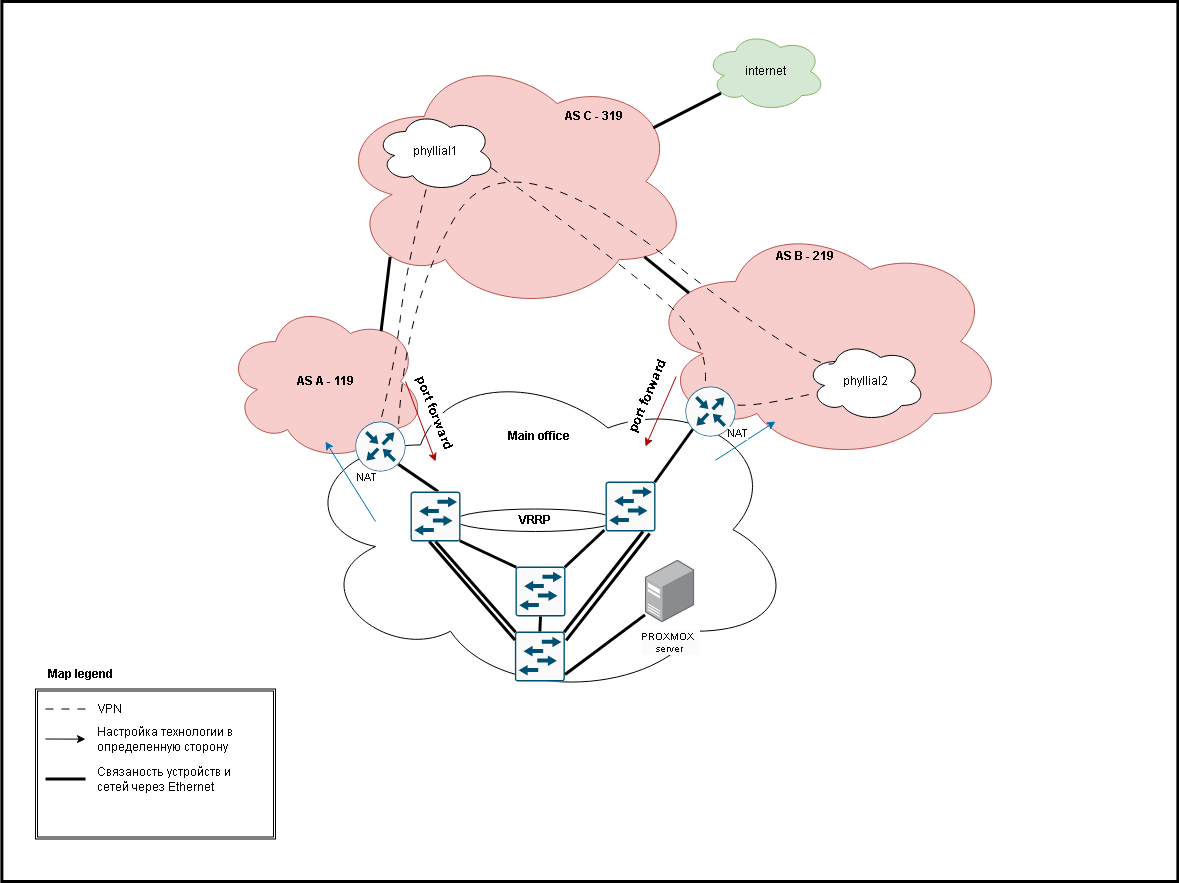
Earlier version of the draw.io export Схема.drawio.png (Vsevolod-Strokov/practic). Source tidied: cells renumbered, new cells last; positions are measured from the earlier drawing's top-left corner, leaving out a move shared by most shapes.
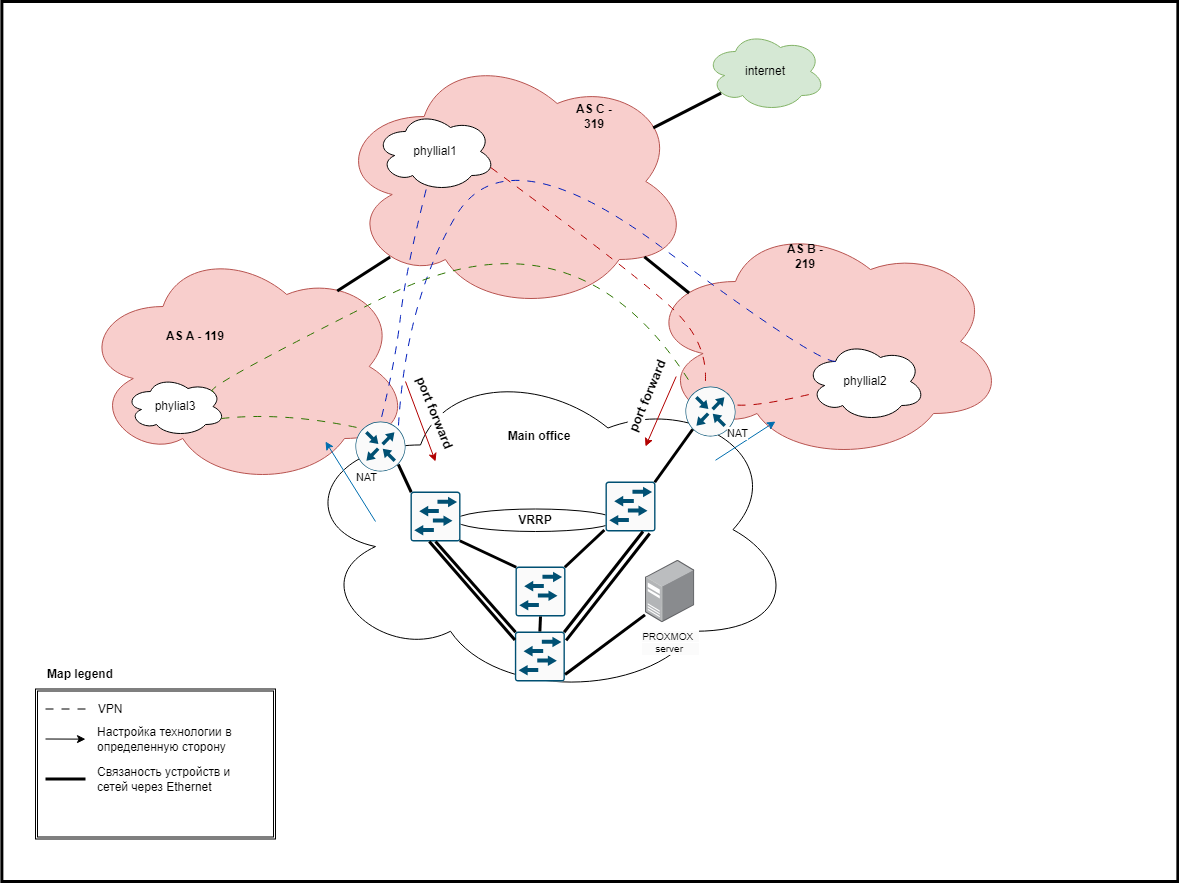
After the change.

Diff of the diagram source:
```diff
@@ -8,8 +8,8 @@
     <mxCell id="3" style="ellipse;shape=cloud;whiteSpace=wrap;html=1;fillColor=#f8cecc;strokeColor=#b85450;" parent="1" vertex="1">
       <mxGeometry x="334" y="50" width="354.6" height="260" as="geometry" />
     </mxCell>
-    <mxCell id="4" value="&lt;b&gt;AS A - 119&lt;/b&gt;" style="ellipse;shape=cloud;whiteSpace=wrap;html=1;fillColor=#f8cecc;strokeColor=#b85450;" parent="1" vertex="1">
-      <mxGeometry x="224" y="300" width="200" height="160" as="geometry" />
+    <mxCell id="4" style="ellipse;shape=cloud;whiteSpace=wrap;html=1;fillColor=#f8cecc;strokeColor=#b85450;" parent="1" vertex="1">
+      <mxGeometry x="79" y="245" width="330" height="240" as="geometry" />
     </mxCell>
     <mxCell id="5" style="ellipse;shape=cloud;whiteSpace=wrap;html=1;fillColor=#f8cecc;strokeColor=#b85450;" parent="1" vertex="1">
       <mxGeometry x="644" y="220" width="360" height="240" as="geometry" />
@@ -23,7 +23,7 @@
     <mxCell id="8" value="internet" style="ellipse;shape=cloud;whiteSpace=wrap;html=1;fillColor=#d5e8d4;strokeColor=#82b366;" parent="1" vertex="1">
       <mxGeometry x="704" y="30" width="120" height="80" as="geometry" />
     </mxCell>
-    <mxCell id="9" style="curved=1;endArrow=none;html=1;rounded=0;exitX=0.422;exitY=0.975;exitDx=0;exitDy=0;exitPerimeter=0;entryX=0.5;entryY=0;entryDx=0;entryDy=0;entryPerimeter=0;dashed=1;dashPattern=8 8;endFill=0;" parent="1" edge="1" source="6" target="55">
+    <mxCell id="9" style="curved=1;endArrow=none;html=1;rounded=0;exitX=0.422;exitY=0.975;exitDx=0;exitDy=0;exitPerimeter=0;entryX=0.5;entryY=0;entryDx=0;entryDy=0;entryPerimeter=0;dashed=1;dashPattern=8 8;endFill=0;fillColor=#0050ef;strokeColor=#001DBC;" parent="1" edge="1" source="6" target="55">
       <mxGeometry relative="1" as="geometry">
         <Array as="points">
           <mxPoint x="404" y="270" />
@@ -31,7 +31,7 @@
         </Array>
       </mxGeometry>
     </mxCell>
-    <mxCell id="10" style="curved=1;endArrow=none;html=1;rounded=0;entryX=0.8;entryY=0.3;entryDx=0;entryDy=0;entryPerimeter=0;dashed=1;dashPattern=8 8;endFill=0;" parent="1" edge="1" source="7" target="29">
+    <mxCell id="10" style="curved=1;endArrow=none;html=1;rounded=0;entryX=0.8;entryY=0.3;entryDx=0;entryDy=0;entryPerimeter=0;dashed=1;dashPattern=8 8;endFill=0;fillColor=#e51400;strokeColor=#B20000;" parent="1" edge="1" source="7" target="29">
       <mxGeometry relative="1" as="geometry">
         <Array as="points">
           <mxPoint x="734" y="410" />
@@ -83,7 +83,7 @@
     <mxCell id="22" value="&lt;b&gt;AS C - 319&lt;/b&gt;" style="text;html=1;align=center;verticalAlign=middle;whiteSpace=wrap;rounded=0;" parent="1" vertex="1">
       <mxGeometry x="563.4" y="100" width="60" height="30" as="geometry" />
     </mxCell>
-    <mxCell id="23" style="curved=1;endArrow=none;html=1;rounded=0;dashed=1;dashPattern=8 8;exitX=0.96;exitY=0.7;exitDx=0;exitDy=0;exitPerimeter=0;endFill=0;entryX=0.293;entryY=0.057;entryDx=0;entryDy=0;entryPerimeter=0;" parent="1" edge="1" source="6" target="29">
+    <mxCell id="23" style="curved=1;endArrow=none;html=1;rounded=0;dashed=1;dashPattern=8 8;exitX=0.96;exitY=0.7;exitDx=0;exitDy=0;exitPerimeter=0;endFill=0;entryX=0.293;entryY=0.057;entryDx=0;entryDy=0;entryPerimeter=0;fillColor=#e51400;strokeColor=#B20000;" parent="1" edge="1" source="6" target="29">
       <mxGeometry relative="1" as="geometry">
         <Array as="points">
           <mxPoint x="644" y="280" />
@@ -92,10 +92,10 @@
         </Array>
       </mxGeometry>
     </mxCell>
-    <mxCell id="24" style="curved=1;endArrow=none;html=1;rounded=0;dashed=1;dashPattern=8 8;exitX=0.25;exitY=0.25;exitDx=0;exitDy=0;exitPerimeter=0;endFill=0;entryX=0.8555;entryY=0.145;entryDx=0;entryDy=0;entryPerimeter=0;" parent="1" edge="1" source="7" target="55">
+    <mxCell id="24" style="curved=1;endArrow=none;html=1;rounded=0;dashed=1;dashPattern=8 8;exitX=0.25;exitY=0.25;exitDx=0;exitDy=0;exitPerimeter=0;endFill=0;entryX=0.8555;entryY=0.145;entryDx=0;entryDy=0;entryPerimeter=0;fillColor=#0050ef;strokeColor=#001DBC;" parent="1" edge="1" source="7" target="55">
       <mxGeometry relative="1" as="geometry">
         <Array as="points">
-          <mxPoint x="824" y="380" />
+          <mxPoint x="814" y="360" />
           <mxPoint x="504" y="130" />
           <mxPoint x="404" y="300" />
         </Array>
@@ -161,7 +161,7 @@
         <mxPoint x="-15" y="-15" as="offset" />
       </mxGeometry>
     </mxCell>
-    <mxCell id="40" style="endArrow=none;html=1;rounded=0;entryX=0.855;entryY=0.8555;entryDx=0;entryDy=0;entryPerimeter=0;exitX=0.553;exitY=0;exitDx=0;exitDy=0;exitPerimeter=0;strokeWidth=3;" parent="1" edge="1" source="44" target="55">
+    <mxCell id="40" style="endArrow=none;html=1;rounded=0;entryX=0.855;entryY=0.8555;entryDx=0;entryDy=0;entryPerimeter=0;exitX=0.015;exitY=0.015;exitDx=0;exitDy=0;exitPerimeter=0;strokeWidth=3;" parent="1" edge="1" source="44" target="55">
       <mxGeometry relative="1" as="geometry" />
     </mxCell>
     <mxCell id="41" value="&lt;span style=&quot;text-wrap: wrap; background-color: rgb(251, 251, 251); font-size: 10px;&quot;&gt;&lt;font style=&quot;font-size: 10px;&quot;&gt;PROXMOX&amp;nbsp;&amp;nbsp;&lt;/font&gt;&lt;/span&gt;&lt;div style=&quot;text-wrap: wrap; background-color: rgb(251, 251, 251); font-size: 10px;&quot;&gt;&lt;font style=&quot;font-size: 10px;&quot;&gt;server&amp;nbsp;&lt;/font&gt;&lt;/div&gt;" style="image;points=[];html=1;align=center;shadow=0;dashed=0;image=img/lib/allied_telesis/computer_and_terminals/Server_Desktop.svg;" parent="1" vertex="1">
@@ -217,5 +217,26 @@
     <mxCell id="56" style="endArrow=none;html=1;rounded=0;exitX=0.376;exitY=1;exitDx=0;exitDy=0;exitPerimeter=0;entryX=0.001;entryY=0.168;entryDx=0;entryDy=0;entryPerimeter=0;strokeWidth=3;" parent="1" edge="1" source="44" target="31">
       <mxGeometry relative="1" as="geometry" />
     </mxCell>
+    <mxCell id="57" value="phylial3" style="ellipse;shape=cloud;whiteSpace=wrap;html=1;" parent="1" vertex="1">
+      <mxGeometry x="124" y="375" width="100" height="60" as="geometry" />
+    </mxCell>
+    <mxCell id="58" style="curved=1;endArrow=none;html=1;rounded=0;exitX=0.96;exitY=0.7;exitDx=0;exitDy=0;exitPerimeter=0;entryX=0.145;entryY=0.145;entryDx=0;entryDy=0;entryPerimeter=0;dashed=1;dashPattern=8 8;endFill=0;fillColor=#60a917;strokeColor=#2D7600;" parent="1" edge="1" source="57" target="55">
+      <mxGeometry relative="1" as="geometry">
+        <Array as="points">
+          <mxPoint x="284" y="410" />
+        </Array>
+      </mxGeometry>
+    </mxCell>
+    <mxCell id="59" style="curved=1;endArrow=none;html=1;rounded=0;exitX=0.88;exitY=0.25;exitDx=0;exitDy=0;exitPerimeter=0;dashed=1;dashPattern=8 8;endFill=0;entryX=0.08;entryY=-0.1;entryDx=0;entryDy=0;entryPerimeter=0;fillColor=#60a917;strokeColor=#2D7600;" parent="1" edge="1" source="57" target="29">
+      <mxGeometry relative="1" as="geometry">
+        <Array as="points">
+          <mxPoint x="194" y="390" />
+          <mxPoint x="574" y="200" />
+        </Array>
+      </mxGeometry>
+    </mxCell>
+    <mxCell id="60" value="&lt;b&gt;AS A - 119&lt;/b&gt;" style="text;html=1;align=center;verticalAlign=middle;whiteSpace=wrap;rounded=0;" parent="1" vertex="1">
+      <mxGeometry x="164" y="320" width="60" height="30" as="geometry" />
+    </mxCell>
   </root>
 </mxGraphModel>
```
